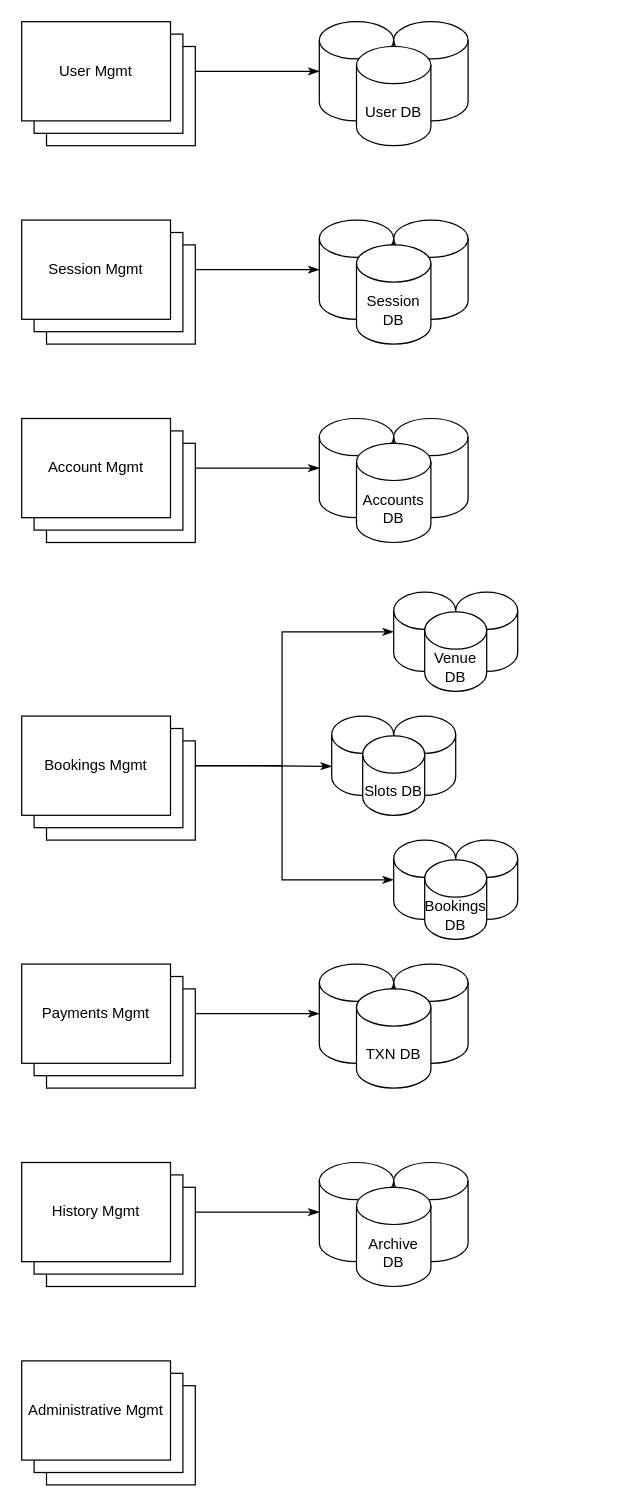
This is Untitled Diagram.drawio from gnongsiej/venue-booker, a draw.io file, before an edit. Source tidied: cells renumbered, new cells numbered last; positions are measured from the earlier drawing's top-left corner, leaving out a move shared by most shapes. Both pictures are drawn from the tidied source at 124%, with x=0, y=0 at pixel (21, 21).
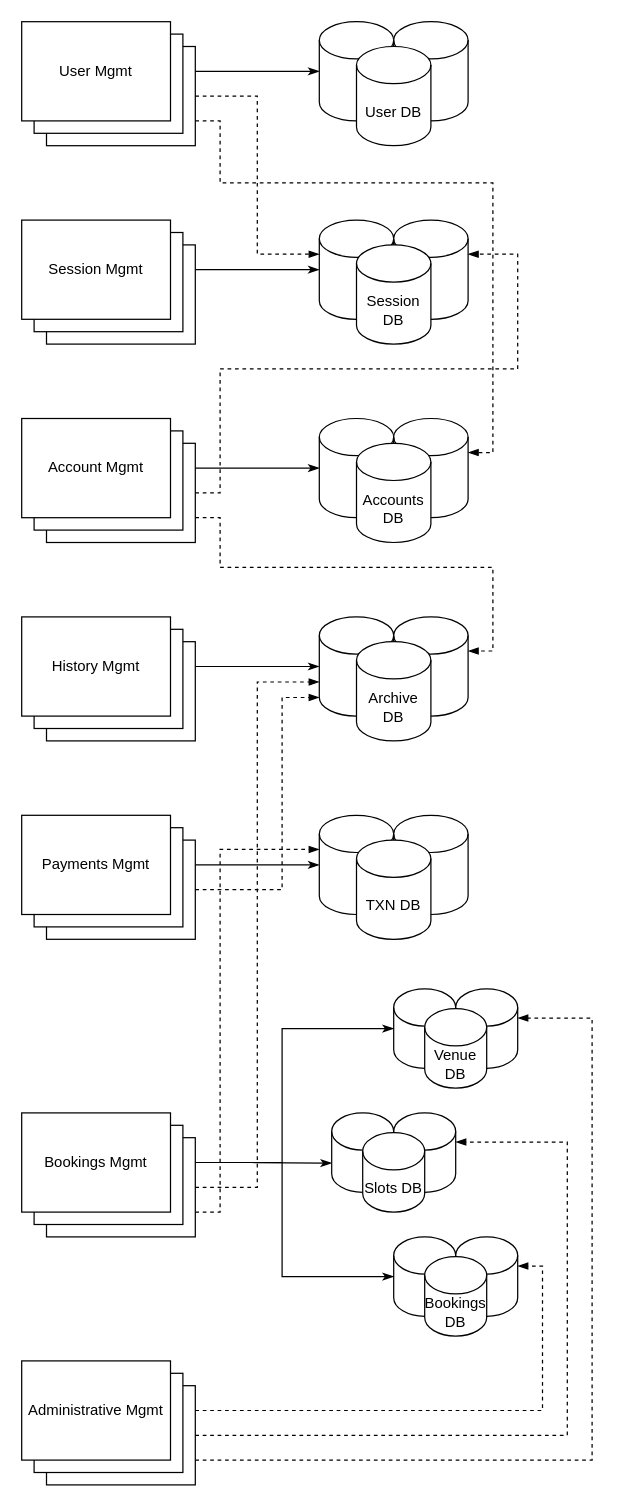
Above is the later version.

The change refers to these unchanged cells:
```xml
<mxCell id="16" style="shape=cylinder3;whiteSpace=wrap;html=1;boundedLbl=1;backgroundOutline=1;size=15;" parent="15" vertex="1">
  <mxGeometry width="60" height="80" as="geometry" />
</mxCell>
<mxCell id="17" style="shape=cylinder3;whiteSpace=wrap;html=1;boundedLbl=1;backgroundOutline=1;size=15;" parent="15" vertex="1">
  <mxGeometry x="60" width="60" height="80" as="geometry" />
</mxCell>
<mxCell id="20" style="rounded=0;whiteSpace=wrap;html=1;" parent="19" vertex="1">
  <mxGeometry x="20" y="20" width="120" height="80" as="geometry" />
</mxCell>
<mxCell id="26" value="Session Mgmt" style="rounded=0;whiteSpace=wrap;html=1;" parent="23" vertex="1">
  <mxGeometry width="120" height="80" as="geometry" />
</mxCell>
<mxCell id="29" style="shape=cylinder3;whiteSpace=wrap;html=1;boundedLbl=1;backgroundOutline=1;size=15;" parent="27" vertex="1">
  <mxGeometry x="60" width="60" height="80" as="geometry" />
</mxCell>
<mxCell id="32" style="rounded=0;whiteSpace=wrap;html=1;" parent="31" vertex="1">
  <mxGeometry x="20" y="20" width="120" height="80" as="geometry" />
</mxCell>
<mxCell id="37" style="shape=cylinder3;whiteSpace=wrap;html=1;boundedLbl=1;backgroundOutline=1;size=15;" parent="35" vertex="1">
  <mxGeometry x="50" width="50" height="64" as="geometry" />
</mxCell>
<mxCell id="41" style="shape=cylinder3;whiteSpace=wrap;html=1;boundedLbl=1;backgroundOutline=1;size=15;" parent="39" vertex="1">
  <mxGeometry x="50" width="50" height="64" as="geometry" />
</mxCell>
<mxCell id="45" style="shape=cylinder3;whiteSpace=wrap;html=1;boundedLbl=1;backgroundOutline=1;size=15;" parent="43" vertex="1">
  <mxGeometry x="50" width="50" height="64" as="geometry" />
</mxCell>
<mxCell id="48" style="shape=cylinder3;whiteSpace=wrap;html=1;boundedLbl=1;backgroundOutline=1;size=15;" parent="47" vertex="1">
  <mxGeometry width="60" height="80" as="geometry" />
</mxCell>
<mxCell id="52" style="rounded=0;whiteSpace=wrap;html=1;" parent="51" vertex="1">
  <mxGeometry x="20" y="20" width="120" height="80" as="geometry" />
</mxCell>
<mxCell id="56" style="rounded=0;whiteSpace=wrap;html=1;" parent="55" vertex="1">
  <mxGeometry x="20" y="20" width="120" height="80" as="geometry" />
</mxCell>
<mxCell id="64" style="rounded=0;whiteSpace=wrap;html=1;" parent="63" vertex="1">
  <mxGeometry x="20" y="20" width="120" height="80" as="geometry" />
</mxCell>
<mxCell id="68" style="shape=cylinder3;whiteSpace=wrap;html=1;boundedLbl=1;backgroundOutline=1;size=15;" parent="67" vertex="1">
  <mxGeometry width="60" height="80" as="geometry" />
</mxCell>
<mxCell id="69" style="shape=cylinder3;whiteSpace=wrap;html=1;boundedLbl=1;backgroundOutline=1;size=15;" parent="67" vertex="1">
  <mxGeometry x="60" width="60" height="80" as="geometry" />
</mxCell>
```

What changed in the source:
```diff
@@
+    <mxCell id="3" style="edgeStyle=orthogonalEdgeStyle;rounded=0;jettySize=auto;html=1;exitX=1;exitY=0.5;exitDx=0;exitDy=0;entryX=0;entryY=0.5;entryDx=0;entryDy=0;entryPerimeter=0;endArrow=classicThin;endFill=1;" parent="1" edge="1" source="26" target="16">
+      <mxGeometry relative="1" as="geometry" />
+    </mxCell>
@@
-    <mxCell id="3" style="edgeStyle=orthogonalEdgeStyle;rounded=0;jettySize=auto;html=1;exitX=1;exitY=0.5;exitDx=0;exitDy=0;entryX=0;entryY=0.5;entryDx=0;entryDy=0;entryPerimeter=0;endArrow=classicThin;endFill=1;" parent="1" edge="1" source="26" target="16">
-      <mxGeometry relative="1" as="geometry" />
-    </mxCell>
@@
     <mxCell id="35" style="group;" parent="1" vertex="1">
-      <mxGeometry x="300" y="460" width="100" height="80" as="geometry" />
+      <mxGeometry x="300" y="780" width="100" height="80" as="geometry" />
     </mxCell>
@@
     <mxCell id="39" style="group;" parent="1" vertex="1">
-      <mxGeometry x="250" y="560" width="100" height="80" as="geometry" />
+      <mxGeometry x="250" y="880" width="100" height="80" as="geometry" />
     </mxCell>
@@
     <mxCell id="43" style="group;" parent="1" vertex="1">
-      <mxGeometry x="300" y="660" width="100" height="80" as="geometry" />
+      <mxGeometry x="300" y="980" width="100" height="80" as="geometry" />
     </mxCell>
@@
     <mxCell id="47" style="group;" parent="1" vertex="1">
-      <mxGeometry x="240" y="760" width="120" height="100" as="geometry" />
+      <mxGeometry x="240" y="640" width="120" height="100" as="geometry" />
     </mxCell>
@@
     <mxCell id="51" style="group;" parent="1" vertex="1">
-      <mxGeometry y="560" width="140" height="100" as="geometry" />
+      <mxGeometry y="880" width="140" height="100" as="geometry" />
     </mxCell>
@@
     <mxCell id="55" style="group;" parent="1" vertex="1">
-      <mxGeometry y="760" width="140" height="100" as="geometry" />
+      <mxGeometry y="640" width="140" height="100" as="geometry" />
     </mxCell>
@@
     <mxCell id="59" style="group;" parent="1" vertex="1">
-      <mxGeometry y="920" width="140" height="100" as="geometry" />
+      <mxGeometry y="480" width="140" height="100" as="geometry" />
     </mxCell>
@@
     <mxCell id="67" style="group;" parent="1" vertex="1">
-      <mxGeometry x="240" y="920" width="120" height="100" as="geometry" />
+      <mxGeometry x="240" y="480" width="120" height="100" as="geometry" />
     </mxCell>
@@
+    <mxCell id="71" style="edgeStyle=orthogonalEdgeStyle;rounded=0;jettySize=auto;html=1;exitX=1;exitY=0.5;exitDx=0;exitDy=0;entryX=0;entryY=0;entryDx=0;entryDy=27.5;entryPerimeter=0;dashed=1;endArrow=blockThin;endFill=1;" parent="1" edge="1" source="20" target="16">
+      <mxGeometry relative="1" as="geometry" />
+    </mxCell>
+    <mxCell id="72" style="edgeStyle=orthogonalEdgeStyle;rounded=0;jettySize=auto;html=1;exitX=1;exitY=0.75;exitDx=0;exitDy=0;entryX=1;entryY=0;entryDx=0;entryDy=27.5;entryPerimeter=0;dashed=1;endArrow=blockThin;endFill=1;" parent="1" edge="1" source="20" target="29">
+      <mxGeometry relative="1" as="geometry">
+        <Array as="points">
+          <mxPoint x="160" y="80" />
+          <mxPoint x="160" y="130" />
+          <mxPoint x="380" y="130" />
+          <mxPoint x="380" y="348" />
+        </Array>
+      </mxGeometry>
+    </mxCell>
+    <mxCell id="73" style="edgeStyle=orthogonalEdgeStyle;rounded=0;jettySize=auto;html=1;exitX=1;exitY=0.5;exitDx=0;exitDy=0;entryX=1;entryY=0;entryDx=0;entryDy=27.5;entryPerimeter=0;dashed=1;endArrow=blockThin;endFill=1;" parent="1" edge="1" source="32" target="17">
+      <mxGeometry relative="1" as="geometry">
+        <Array as="points">
+          <mxPoint x="160" y="380" />
+          <mxPoint x="160" y="280" />
+          <mxPoint x="400" y="280" />
+          <mxPoint x="400" y="188" />
+        </Array>
+      </mxGeometry>
+    </mxCell>
+    <mxCell id="74" style="edgeStyle=orthogonalEdgeStyle;rounded=0;jettySize=auto;html=1;exitX=1;exitY=0.5;exitDx=0;exitDy=0;entryX=0;entryY=0;entryDx=0;entryDy=52.5;entryPerimeter=0;dashed=1;endArrow=blockThin;endFill=1;" parent="1" edge="1" source="52" target="68">
+      <mxGeometry relative="1" as="geometry" />
+    </mxCell>
+    <mxCell id="75" style="edgeStyle=orthogonalEdgeStyle;rounded=0;jettySize=auto;html=1;exitX=1;exitY=0.75;exitDx=0;exitDy=0;entryX=0;entryY=0;entryDx=0;entryDy=27.5;entryPerimeter=0;dashed=1;endArrow=blockThin;endFill=1;" parent="1" edge="1" source="52" target="48">
+      <mxGeometry relative="1" as="geometry">
+        <Array as="points">
+          <mxPoint x="160" y="960" />
+          <mxPoint x="160" y="668" />
+        </Array>
+      </mxGeometry>
+    </mxCell>
+    <mxCell id="76" style="edgeStyle=orthogonalEdgeStyle;rounded=0;jettySize=auto;html=1;exitX=1;exitY=0.75;exitDx=0;exitDy=0;entryX=1;entryY=0;entryDx=0;entryDy=27.5;entryPerimeter=0;dashed=1;endArrow=blockThin;endFill=1;" parent="1" edge="1" source="32" target="69">
+      <mxGeometry relative="1" as="geometry">
+        <Array as="points">
+          <mxPoint x="160" y="400" />
+          <mxPoint x="160" y="440" />
+          <mxPoint x="380" y="440" />
+          <mxPoint x="380" y="508" />
+        </Array>
+      </mxGeometry>
+    </mxCell>
+    <mxCell id="77" style="edgeStyle=orthogonalEdgeStyle;rounded=0;jettySize=auto;html=1;exitX=1;exitY=0.25;exitDx=0;exitDy=0;entryX=1;entryY=0;entryDx=0;entryDy=23.500000000000014;entryPerimeter=0;dashed=1;endArrow=blockThin;endFill=1;" parent="1" edge="1" source="64" target="45">
+      <mxGeometry relative="1" as="geometry" />
+    </mxCell>
+    <mxCell id="78" style="edgeStyle=orthogonalEdgeStyle;rounded=0;jettySize=auto;html=1;exitX=1;exitY=0.5;exitDx=0;exitDy=0;entryX=1;entryY=0;entryDx=0;entryDy=23.500000000000014;entryPerimeter=0;dashed=1;endArrow=blockThin;endFill=1;" parent="1" edge="1" source="64" target="41">
+      <mxGeometry relative="1" as="geometry">
+        <Array as="points">
+          <mxPoint x="440" y="1140" />
+          <mxPoint x="440" y="904" />
+        </Array>
+      </mxGeometry>
+    </mxCell>
+    <mxCell id="79" style="edgeStyle=orthogonalEdgeStyle;rounded=0;jettySize=auto;html=1;exitX=1;exitY=0.75;exitDx=0;exitDy=0;entryX=1;entryY=0;entryDx=0;entryDy=23.500000000000014;entryPerimeter=0;dashed=1;endArrow=blockThin;endFill=1;" parent="1" edge="1" source="64" target="37">
+      <mxGeometry relative="1" as="geometry">
+        <Array as="points">
+          <mxPoint x="460" y="1160" />
+          <mxPoint x="460" y="804" />
+        </Array>
+      </mxGeometry>
+    </mxCell>
+    <mxCell id="80" style="edgeStyle=orthogonalEdgeStyle;rounded=0;jettySize=auto;html=1;exitX=1;exitY=0.5;exitDx=0;exitDy=0;entryX=0;entryY=1;entryDx=0;entryDy=-15;entryPerimeter=0;dashed=1;endArrow=blockThin;endFill=1;" parent="1" edge="1" source="56" target="68">
+      <mxGeometry relative="1" as="geometry">
+        <Array as="points">
+          <mxPoint x="210" y="700" />
+          <mxPoint x="210" y="545" />
+        </Array>
+      </mxGeometry>
+    </mxCell>
```
